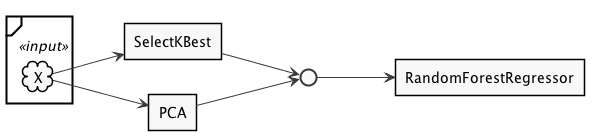
This is ibex_pres/generated/deployment_col_aggregating_further_transformations.png from atavory/atavory.github.io, a PlantUML export, as it was before one commit.
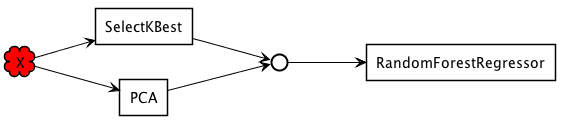
Later version of the same file.

What changed in the source:
```diff
@@ -1,17 +1,22 @@
 @startuml
 
-skinparam monochrome true
 skinparam shadowing false
 
 left to right direction
 
-frame " " <<input>> {
-    cloud X
+skinparam interface {
+    borderColor black
 }
-rectangle SelectKBest
-rectangle PCA
-interface " " as c1
-rectangle RandomForestRegressor
+
+skinparam component {
+    arrowColor Black
+}
+
+cloud X #red
+rectangle SelectKBest #white
+rectangle PCA #white
+interface " " as c1 #white
+rectangle RandomForestRegressor #white
 X --> SelectKBest
 X --> PCA
 SelectKBest --> c1
```
